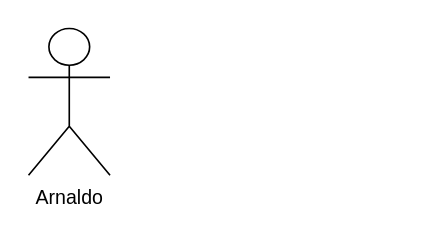
The draw.io diagram Diagrama sem nome.drawio in ArcanjoDaGuarda/AnjoProjetos, before the edit. Source tidied: cells renumbered, new cells numbered last; positions are measured from the earlier drawing's top-left corner, leaving out a move shared by most shapes. Both pictures are drawn from the tidied source at 163%, with x=0, y=0 at pixel (28, 28).
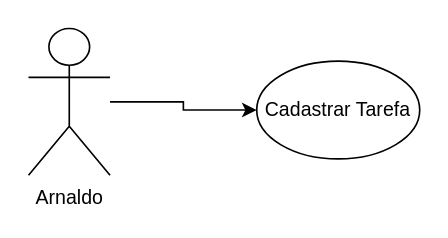
After the change.

Change to the diagram source:
```diff
@@
 <mxGraphModel>
   <root>
     <mxCell id="0" />
     <mxCell id="1" parent="0" />
+    <mxCell id="3" style="edgeStyle=orthogonalEdgeStyle;rounded=0;jettySize=auto;html=1;" parent="1" edge="1" source="2" target="4">
+      <mxGeometry relative="1" as="geometry" />
+    </mxCell>
     <mxCell id="2" value="Arnaldo" style="shape=umlActor;verticalLabelPosition=bottom;verticalAlign=top;html=1;outlineConnect=0;" parent="1" vertex="1">
       <mxGeometry width="50" height="90" as="geometry" />
     </mxCell>
+    <mxCell id="4" value="Cadastrar Tarefa" style="ellipse;whiteSpace=wrap;html=1;" parent="1" vertex="1">
+      <mxGeometry x="140" y="20" width="100" height="60" as="geometry" />
+    </mxCell>
   </root>
 </mxGraphModel>
```
